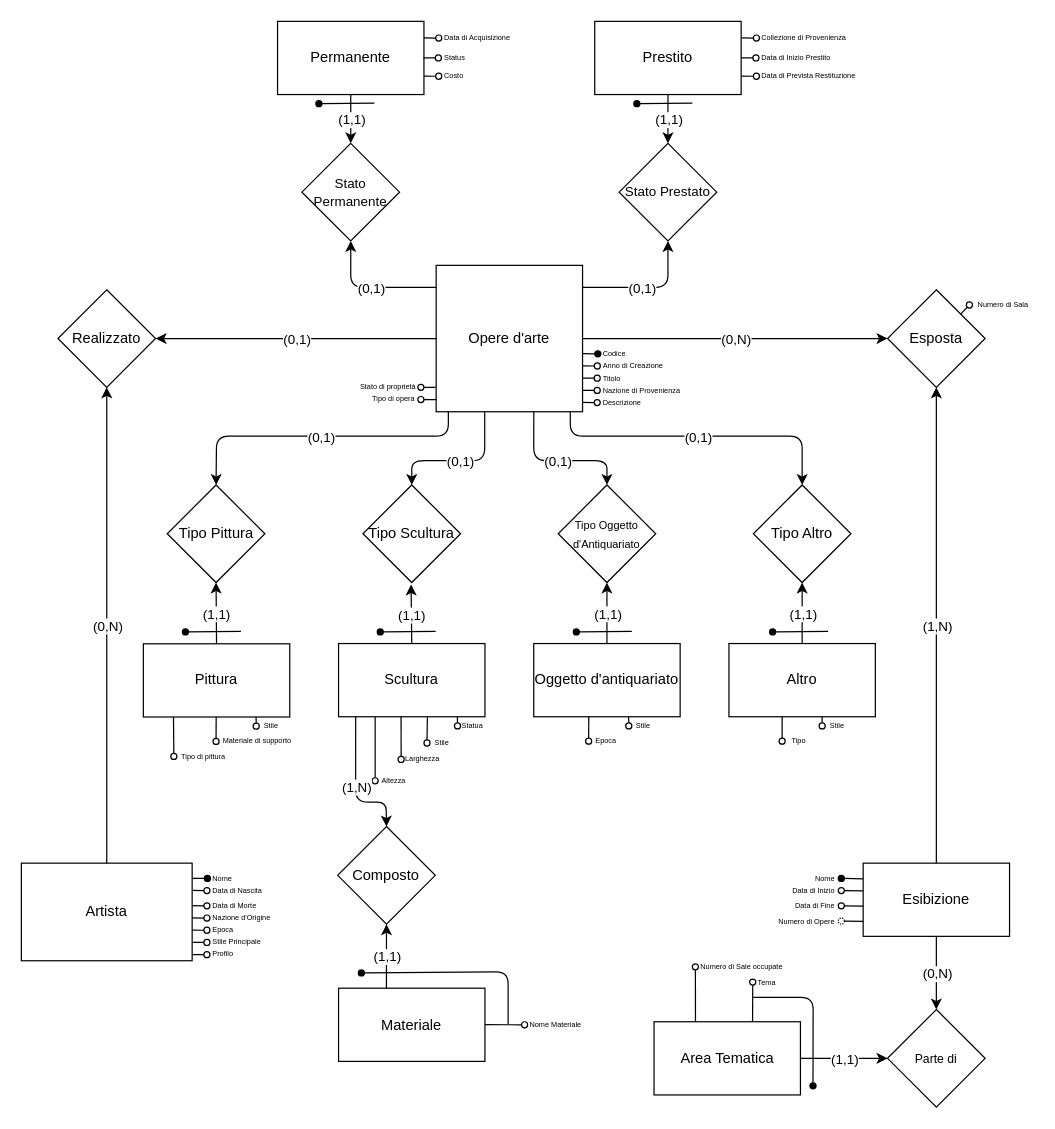
Above: diagramma er rifinito.drawio in Lord-Feder/Base-di-dati (draw.io), before the change. Source tidied: cells renumbered, new cells numbered last; positions are measured from the earlier drawing's top-left corner, leaving out a move shared by most shapes. Both pictures are drawn from the tidied source at 122%, with x=0, y=0 at pixel (21, 21).
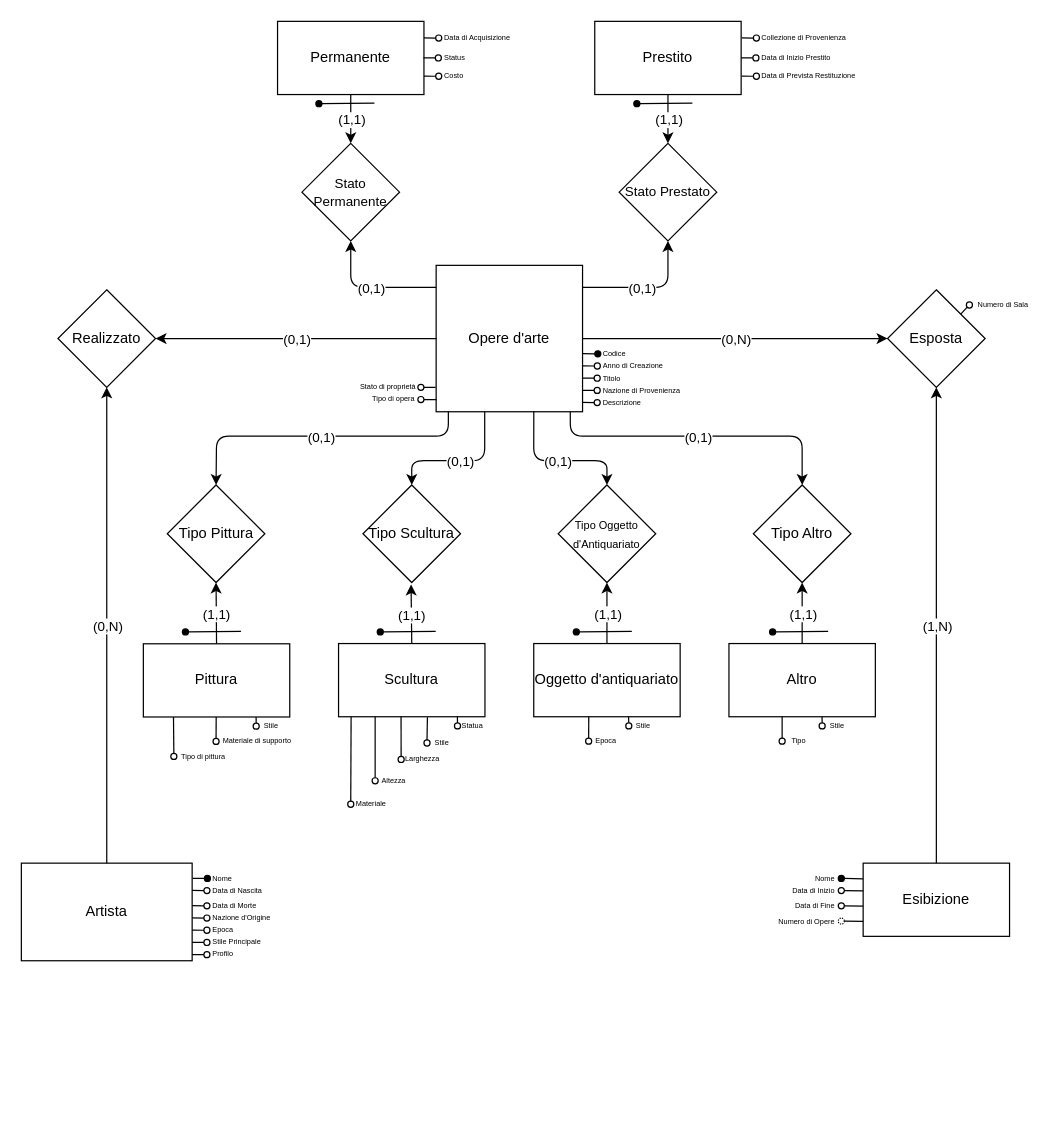
After the change.

The change refers to these unchanged cells:
```xml
<mxCell id="4" value="Esibizione" style="rounded=0;whiteSpace=wrap;html=1;" parent="1" vertex="1">
  <mxGeometry x="690" y="690" width="120" height="60" as="geometry" />
</mxCell>
<mxCell id="8" value="Scultura" style="rounded=0;whiteSpace=wrap;html=1;" parent="1" vertex="1">
  <mxGeometry x="260" y="510" width="120" height="60" as="geometry" />
</mxCell>
```

Diff of the diagram source:
```diff
@@
-    <mxCell id="123" value="&lt;font size=&quot;1&quot;&gt;Parte di&lt;/font&gt;" style="rhombus;whiteSpace=wrap;html=1;fontSize=4;align=center;" parent="1" vertex="1">
-      <mxGeometry x="710" y="810" width="80" height="80" as="geometry" />
-    </mxCell>
-    <mxCell id="124" value="Area Tematica" style="rounded=0;whiteSpace=wrap;html=1;fontSize=12;align=center;" parent="1" vertex="1">
-      <mxGeometry x="518.6" y="820" width="120" height="60" as="geometry" />
-    </mxCell>
-    <mxCell id="125" style="endArrow=classic;html=1;fillColor=#000000;entryX=0.5;entryY=0;entryDx=0;entryDy=0;exitX=0.5;exitY=1;exitDx=0;exitDy=0;" parent="1" edge="1" source="4" target="123">
-      <mxGeometry relative="1" as="geometry" />
-    </mxCell>
-    <mxCell id="126" value="(0,N)" style="edgeLabel;html=1;align=center;verticalAlign=middle;" parent="125" vertex="1">
-      <mxGeometry relative="1" as="geometry" />
-    </mxCell>
-    <mxCell id="127" style="endArrow=classic;html=1;fillColor=#000000;entryX=0;entryY=0.5;entryDx=0;entryDy=0;exitX=1;exitY=0.5;exitDx=0;exitDy=0;" parent="1" edge="1" source="124" target="123">
-      <mxGeometry relative="1" as="geometry" />
-    </mxCell>
-    <mxCell id="128" value="(1,1)" style="edgeLabel;html=1;align=center;verticalAlign=middle;" parent="127" vertex="1">
-      <mxGeometry relative="1" as="geometry" />
-    </mxCell>
-    <mxCell id="129" style="endArrow=none;html=1;fontSize=4;startArrow=none;" parent="1" edge="1" source="130">
-      <mxGeometry relative="1" as="geometry">
-        <mxPoint x="600" y="800" as="targetPoint" />
-        <Array as="points">
-          <mxPoint x="649" y="800" />
-        </Array>
-      </mxGeometry>
-    </mxCell>
-    <mxCell id="130" style="ellipse;whiteSpace=wrap;html=1;fillColor=#000000;" parent="1" vertex="1">
-      <mxGeometry x="646.4" y="870" width="5" height="5" as="geometry" />
-    </mxCell>
-    <mxCell id="131" style="endArrow=none;html=1;fontSize=4;" parent="1" edge="1" target="130">
-      <mxGeometry relative="1" as="geometry">
-        <mxPoint x="650" y="870" as="sourcePoint" />
-      </mxGeometry>
-    </mxCell>
-    <mxCell id="132" style="endArrow=none;html=1;entryX=0.5;entryY=1;entryDx=0;entryDy=0;exitX=0.673;exitY=0.001;exitDx=0;exitDy=0;exitPerimeter=0;" parent="1" edge="1" source="124" target="133">
-      <mxGeometry relative="1" as="geometry" />
-    </mxCell>
-    <mxCell id="133" style="ellipse;whiteSpace=wrap;html=1;fillColor=none;" parent="1" vertex="1">
-      <mxGeometry x="597" y="785" width="5" height="5" as="geometry" />
-    </mxCell>
-    <mxCell id="134" value="Tema" style="text;html=1;align=left;verticalAlign=middle;whiteSpace=wrap;rounded=0;shadow=0;fontSize=6;" parent="1" vertex="1">
-      <mxGeometry x="602" y="782.5" width="40" height="10" as="geometry" />
-    </mxCell>
-    <mxCell id="135" style="endArrow=none;html=1;entryX=0.5;entryY=1;entryDx=0;entryDy=0;exitX=0.283;exitY=0;exitDx=0;exitDy=0;exitPerimeter=0;" parent="1" edge="1" source="124" target="136">
-      <mxGeometry relative="1" as="geometry" />
-    </mxCell>
-    <mxCell id="136" style="ellipse;whiteSpace=wrap;html=1;fillColor=none;" parent="1" vertex="1">
-      <mxGeometry x="550" y="772.5" width="5" height="5" as="geometry" />
-    </mxCell>
-    <mxCell id="137" value="Numero di Sale occupate" style="text;html=1;align=left;verticalAlign=middle;whiteSpace=wrap;rounded=0;shadow=0;fontSize=6;" parent="1" vertex="1">
-      <mxGeometry x="555" y="770" width="75" height="10" as="geometry" />
-    </mxCell>
@@
-    <mxCell id="174" value="Materiale" style="rounded=0;whiteSpace=wrap;html=1;" parent="1" vertex="1">
-      <mxGeometry x="260" y="792.5" width="120" height="60" as="geometry" />
-    </mxCell>
-    <mxCell id="175" value="Composto" style="rhombus;whiteSpace=wrap;html=1;" parent="1" vertex="1">
-      <mxGeometry x="259.3" y="660" width="80" height="80" as="geometry" />
-    </mxCell>
-    <mxCell id="176" style="endArrow=classic;html=1;fillColor=#000000;exitX=0.117;exitY=0.999;exitDx=0;exitDy=0;exitPerimeter=0;entryX=0.5;entryY=0;entryDx=0;entryDy=0;" parent="1" edge="1" source="8" target="175">
-      <mxGeometry relative="1" as="geometry">
-        <Array as="points">
-          <mxPoint x="274" y="640" />
-          <mxPoint x="299" y="640" />
-        </Array>
-      </mxGeometry>
-    </mxCell>
-    <mxCell id="177" value="(1,N)" style="edgeLabel;html=1;align=center;verticalAlign=middle;" parent="176" vertex="1">
-      <mxGeometry relative="1" as="geometry" />
-    </mxCell>
-    <mxCell id="178" style="endArrow=classic;html=1;fillColor=#000000;entryX=0.5;entryY=1;entryDx=0;entryDy=0;exitX=0.327;exitY=0.003;exitDx=0;exitDy=0;exitPerimeter=0;" parent="1" edge="1" source="174" target="175">
-      <mxGeometry relative="1" as="geometry" />
-    </mxCell>
-    <mxCell id="179" value="(1,1)" style="edgeLabel;html=1;align=center;verticalAlign=middle;" parent="178" vertex="1">
-      <mxGeometry relative="1" as="geometry" />
-    </mxCell>
-    <mxCell id="180" style="endArrow=none;html=1;entryX=0;entryY=0.5;entryDx=0;entryDy=0;exitX=1.003;exitY=0.603;exitDx=0;exitDy=0;exitPerimeter=0;" parent="1" edge="1" target="181">
-      <mxGeometry relative="1" as="geometry">
-        <mxPoint x="380" y="822.4" as="sourcePoint" />
-      </mxGeometry>
-    </mxCell>
-    <mxCell id="181" style="ellipse;whiteSpace=wrap;html=1;fillColor=none;" parent="1" vertex="1">
-      <mxGeometry x="410" y="820" width="5" height="5" as="geometry" />
-    </mxCell>
-    <mxCell id="182" value="Nome Materiale" style="text;html=1;align=left;verticalAlign=middle;whiteSpace=wrap;rounded=0;shadow=0;fontSize=6;" parent="1" vertex="1">
-      <mxGeometry x="415.4" y="817.5" width="55" height="10" as="geometry" />
-    </mxCell>
-    <mxCell id="183" style="endArrow=none;html=1;fontSize=4;startArrow=none;" parent="1" edge="1" source="184">
-      <mxGeometry relative="1" as="geometry">
-        <mxPoint x="399" y="822" as="targetPoint" />
-        <Array as="points">
-          <mxPoint x="399" y="779" />
-        </Array>
-      </mxGeometry>
-    </mxCell>
-    <mxCell id="184" style="ellipse;whiteSpace=wrap;html=1;fillColor=#000000;" parent="1" vertex="1">
-      <mxGeometry x="276.2" y="777.5" width="5" height="5" as="geometry" />
-    </mxCell>
@@
+    <mxCell id="197" style="endArrow=none;html=1;entryX=0.5;entryY=0;entryDx=0;entryDy=0;exitX=0.042;exitY=0.997;exitDx=0;exitDy=0;exitPerimeter=0;" parent="1" edge="1" target="198">
+      <mxGeometry relative="1" as="geometry">
+        <mxPoint x="270.3" y="570" as="sourcePoint" />
+      </mxGeometry>
+    </mxCell>
+    <mxCell id="198" style="ellipse;whiteSpace=wrap;html=1;fillColor=none;" parent="1" vertex="1">
+      <mxGeometry x="267.5" y="639.2" width="5" height="5" as="geometry" />
+    </mxCell>
+    <mxCell id="174" value="Materiale" style="text;html=1;align=center;verticalAlign=middle;whiteSpace=wrap;rounded=0;shadow=0;fontSize=6;" parent="1" vertex="1">
+      <mxGeometry x="272.5" y="636.7" width="27.5" height="10" as="geometry" />
+    </mxCell>
```
